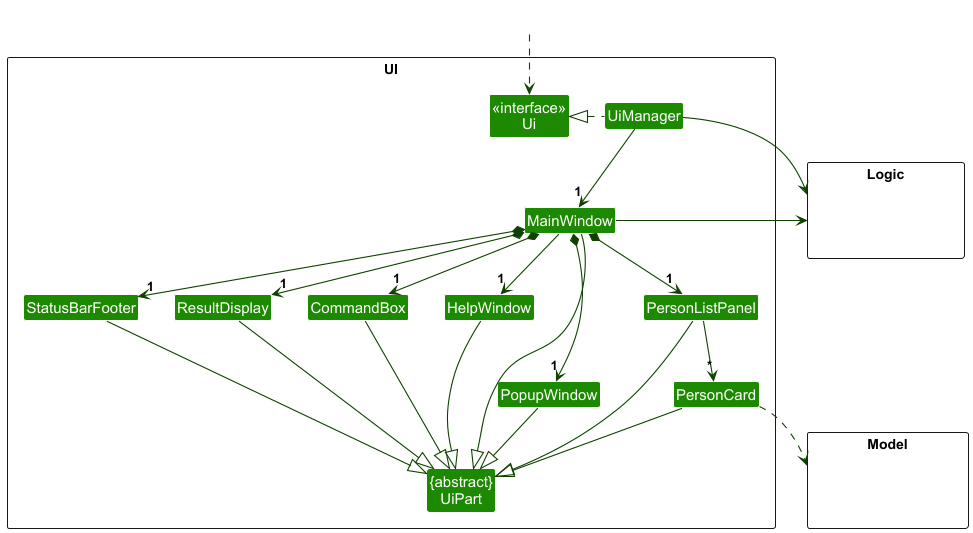
Earlier version of the PlantUML export docs/images/UiClassDiagram.png (AY2526S1-CS2103T-T14-1/tp).
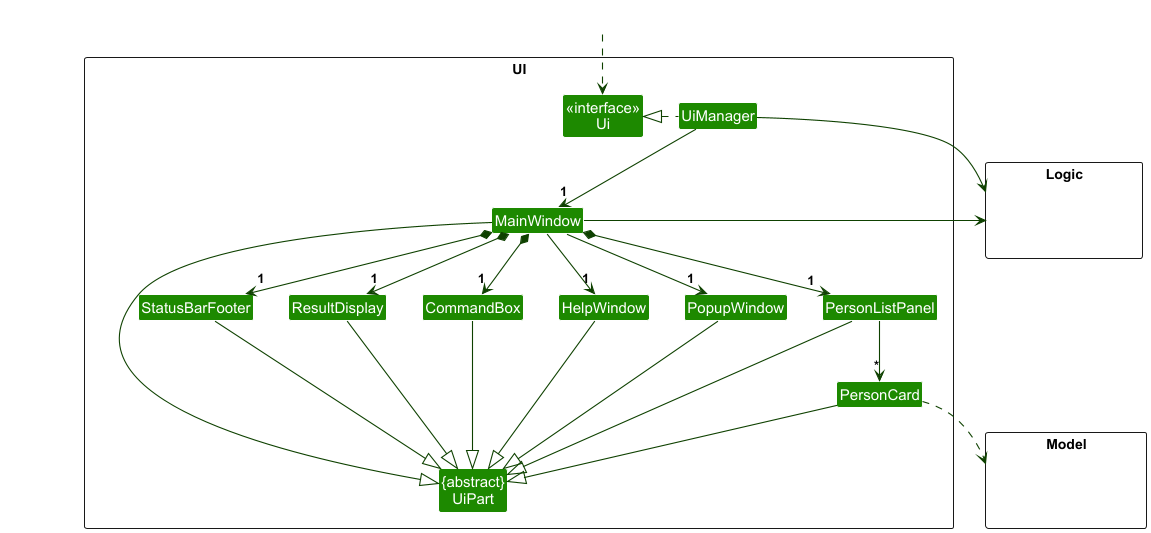
Above is the later version.

Diff of the diagram source:
```diff
@@ -35,8 +35,8 @@
 MainWindow *-down-> "1" ResultDisplay
 MainWindow *-down-> "1" PersonListPanel
 MainWindow *-down-> "1" StatusBarFooter
-MainWindow *-down-> "1" PopupWindow
-MainWindow --> "1" HelpWindow
+MainWindow -down-> "1" PopupWindow
+MainWindow -down-> "1" HelpWindow
 
 PersonListPanel -down-> "*" PersonCard
 
@@ -54,7 +54,8 @@
 UiManager -right-> Logic
 MainWindow -left-> Logic
 
-PersonListPanel -[hidden]left- HelpWindow
+PersonListPanel -[hidden]left- PopupWindow
+PopupWindow -[hidden]left- HelpWindow
 HelpWindow -[hidden]left- CommandBox
 CommandBox -[hidden]left- ResultDisplay
 ResultDisplay -[hidden]left- StatusBarFooter
```
